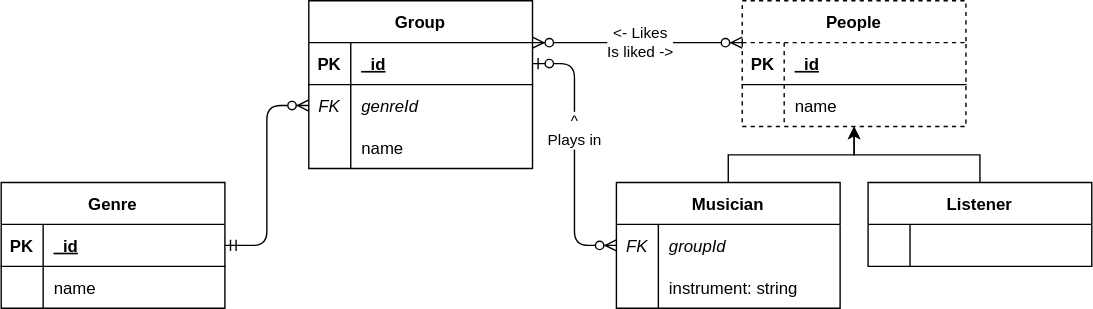
Above: docs/schema.drawio.svg in heap-code/nna (draw.io), before the change. Source tidied: cells renumbered, new cells last; positions are measured from the earlier drawing's top-left corner, leaving out a move shared by most shapes. The source it was exported from:
```xml
<mxGraphModel>
  <root>
    <mxCell id="0" />
    <mxCell id="1" parent="0" />
    <mxCell id="2" value="Group" style="shape=table;startSize=30;rowLines=0;fontStyle=1;align=center;" parent="1" vertex="1">
      <mxGeometry x="220" width="160" height="120" as="geometry" />
    </mxCell>
    <mxCell id="3" style="shape=tableRow;horizontal=0;startSize=0;swimlaneHead=0;swimlaneBody=0;fillColor=none;points=[[0,0.5],[1,0.5]];portConstraint=eastwest;top=0;left=0;right=0;bottom=1;" parent="2" vertex="1">
      <mxGeometry y="30" width="160" height="30" as="geometry" />
    </mxCell>
    <mxCell id="4" value="PK" style="shape=partialRectangle;fillColor=none;top=0;left=0;bottom=0;right=0;fontStyle=1;overflow=hidden;" parent="3" vertex="1">
      <mxGeometry width="30" height="30" as="geometry" />
    </mxCell>
    <mxCell id="5" value="_id" style="shape=partialRectangle;fillColor=none;top=0;left=0;bottom=0;right=0;align=left;spacingLeft=6;fontStyle=5;overflow=hidden;" parent="3" vertex="1">
      <mxGeometry x="30" width="130" height="30" as="geometry" />
    </mxCell>
    <mxCell id="6" style="shape=tableRow;horizontal=0;startSize=0;swimlaneHead=0;swimlaneBody=0;fillColor=none;points=[[0,0.5],[1,0.5]];portConstraint=eastwest;top=0;left=0;right=0;bottom=0;" parent="2" vertex="1">
      <mxGeometry y="60" width="160" height="30" as="geometry" />
    </mxCell>
    <mxCell id="7" value="FK" style="shape=partialRectangle;fillColor=none;top=0;left=0;bottom=0;right=0;overflow=hidden;fontStyle=2;" parent="6" vertex="1">
      <mxGeometry width="30" height="30" as="geometry" />
    </mxCell>
    <mxCell id="8" value="genreId" style="shape=partialRectangle;fillColor=none;top=0;left=0;bottom=0;right=0;align=left;spacingLeft=6;overflow=hidden;fontStyle=2;" parent="6" vertex="1">
      <mxGeometry x="30" width="130" height="30" as="geometry" />
    </mxCell>
    <mxCell id="9" style="shape=tableRow;horizontal=0;startSize=0;swimlaneHead=0;swimlaneBody=0;fillColor=none;top=0;left=0;right=0;bottom=0;" parent="2" vertex="1">
      <mxGeometry y="90" width="160" height="30" as="geometry" />
    </mxCell>
    <mxCell id="10" style="shape=partialRectangle;fillColor=none;top=0;left=0;bottom=0;right=0;overflow=hidden;" parent="9" vertex="1">
      <mxGeometry width="30" height="30" as="geometry" />
    </mxCell>
    <mxCell id="11" value="name" style="shape=partialRectangle;fillColor=none;top=0;left=0;bottom=0;right=0;align=left;spacingLeft=6;overflow=hidden;" parent="9" vertex="1">
      <mxGeometry x="30" width="130" height="30" as="geometry" />
    </mxCell>
    <mxCell id="12" value="People" style="shape=table;startSize=30;rowLines=0;fontStyle=1;align=center;dashed=1;" parent="1" vertex="1">
      <mxGeometry x="530" width="160" height="90" as="geometry" />
    </mxCell>
    <mxCell id="13" style="shape=tableRow;horizontal=0;startSize=0;swimlaneHead=0;swimlaneBody=0;fillColor=none;points=[[0,0.5],[1,0.5]];portConstraint=eastwest;top=0;left=0;right=0;bottom=1;" parent="12" vertex="1">
      <mxGeometry y="30" width="160" height="30" as="geometry" />
    </mxCell>
    <mxCell id="14" value="PK" style="shape=partialRectangle;fillColor=none;top=0;left=0;bottom=0;right=0;fontStyle=1;overflow=hidden;" parent="13" vertex="1">
      <mxGeometry width="30" height="30" as="geometry" />
    </mxCell>
    <mxCell id="15" value="_id" style="shape=partialRectangle;fillColor=none;top=0;left=0;bottom=0;right=0;align=left;spacingLeft=6;fontStyle=5;overflow=hidden;" parent="13" vertex="1">
      <mxGeometry x="30" width="130" height="30" as="geometry" />
    </mxCell>
    <mxCell id="16" style="shape=tableRow;horizontal=0;startSize=0;swimlaneHead=0;swimlaneBody=0;fillColor=none;top=0;left=0;right=0;bottom=0;" parent="12" vertex="1">
      <mxGeometry y="60" width="160" height="30" as="geometry" />
    </mxCell>
    <mxCell id="17" style="shape=partialRectangle;fillColor=none;top=0;left=0;bottom=0;right=0;overflow=hidden;" parent="16" vertex="1">
      <mxGeometry width="30" height="30" as="geometry" />
    </mxCell>
    <mxCell id="18" value="name" style="shape=partialRectangle;fillColor=none;top=0;left=0;bottom=0;right=0;align=left;spacingLeft=6;overflow=hidden;" parent="16" vertex="1">
      <mxGeometry x="30" width="130" height="30" as="geometry" />
    </mxCell>
    <mxCell id="19" value="Genre" style="shape=table;startSize=30;rowLines=0;fontStyle=1;align=center;" parent="1" vertex="1">
      <mxGeometry y="130" width="160" height="90" as="geometry" />
    </mxCell>
    <mxCell id="20" style="shape=tableRow;horizontal=0;startSize=0;swimlaneHead=0;swimlaneBody=0;fillColor=none;points=[[0,0.5],[1,0.5]];portConstraint=eastwest;top=0;left=0;right=0;bottom=1;" parent="19" vertex="1">
      <mxGeometry y="30" width="160" height="30" as="geometry" />
    </mxCell>
    <mxCell id="21" value="PK" style="shape=partialRectangle;fillColor=none;top=0;left=0;bottom=0;right=0;fontStyle=1;overflow=hidden;" parent="20" vertex="1">
      <mxGeometry width="30" height="30" as="geometry" />
    </mxCell>
    <mxCell id="22" value="_id" style="shape=partialRectangle;fillColor=none;top=0;left=0;bottom=0;right=0;align=left;spacingLeft=6;fontStyle=5;overflow=hidden;" parent="20" vertex="1">
      <mxGeometry x="30" width="130" height="30" as="geometry" />
    </mxCell>
    <mxCell id="23" style="shape=tableRow;horizontal=0;startSize=0;swimlaneHead=0;swimlaneBody=0;fillColor=none;top=0;left=0;right=0;bottom=0;" parent="19" vertex="1">
      <mxGeometry y="60" width="160" height="30" as="geometry" />
    </mxCell>
    <mxCell id="24" style="shape=partialRectangle;fillColor=none;top=0;left=0;bottom=0;right=0;overflow=hidden;" parent="23" vertex="1">
      <mxGeometry width="30" height="30" as="geometry" />
    </mxCell>
    <mxCell id="25" value="name" style="shape=partialRectangle;fillColor=none;top=0;left=0;bottom=0;right=0;align=left;spacingLeft=6;overflow=hidden;" parent="23" vertex="1">
      <mxGeometry x="30" width="130" height="30" as="geometry" />
    </mxCell>
    <mxCell id="26" style="edgeStyle=elbowEdgeStyle;html=1;elbow=vertical;rounded=0;" parent="1" edge="1" source="27" target="12">
      <mxGeometry relative="1" as="geometry" />
    </mxCell>
    <mxCell id="27" value="Listener" style="shape=table;startSize=30;rowLines=0;fontStyle=1;align=center;" parent="1" vertex="1">
      <mxGeometry x="620" y="130" width="160" height="60" as="geometry" />
    </mxCell>
    <mxCell id="28" style="shape=tableRow;horizontal=0;startSize=0;swimlaneHead=0;swimlaneBody=0;fillColor=none;top=0;left=0;right=0;bottom=0;" parent="27" vertex="1">
      <mxGeometry y="30" width="160" height="30" as="geometry" />
    </mxCell>
    <mxCell id="29" style="shape=partialRectangle;fillColor=none;top=0;left=0;bottom=0;right=0;overflow=hidden;" parent="28" vertex="1">
      <mxGeometry width="30" height="30" as="geometry" />
    </mxCell>
    <mxCell id="30" style="shape=partialRectangle;fillColor=none;top=0;left=0;bottom=0;right=0;align=left;spacingLeft=6;overflow=hidden;" parent="28" vertex="1">
      <mxGeometry x="30" width="130" height="30" as="geometry" />
    </mxCell>
    <mxCell id="31" style="edgeStyle=elbowEdgeStyle;elbow=vertical;html=1;rounded=0;" parent="1" edge="1" source="34" target="12">
      <mxGeometry relative="1" as="geometry" />
    </mxCell>
    <mxCell id="32" style="edgeStyle=entityRelationEdgeStyle;fontSize=12;html=1;endArrow=ERzeroToMany;startArrow=ERzeroToOne;rounded=1;exitX=1;exitY=0.5;exitDx=0;exitDy=0;" parent="1" edge="1" source="3" target="35">
      <mxGeometry relative="1" as="geometry" />
    </mxCell>
    <mxCell id="33" value="^&lt;br&gt;Plays in" style="edgeLabel;html=1;align=center;verticalAlign=middle;" parent="32" vertex="1">
      <mxGeometry x="-0.18" relative="1" as="geometry" />
    </mxCell>
    <mxCell id="34" value="Musician" style="shape=table;startSize=30;rowLines=0;fontStyle=1;align=center;" parent="1" vertex="1">
      <mxGeometry x="440" y="130" width="160" height="90" as="geometry" />
    </mxCell>
    <mxCell id="35" style="shape=tableRow;horizontal=0;startSize=0;swimlaneHead=0;swimlaneBody=0;fillColor=none;points=[[0,0.5],[1,0.5]];portConstraint=eastwest;top=0;left=0;right=0;bottom=0;dashed=1;comic=0;fontStyle=6;" parent="34" vertex="1">
      <mxGeometry y="30" width="160" height="30" as="geometry" />
    </mxCell>
    <mxCell id="36" value="FK" style="shape=partialRectangle;fillColor=none;top=0;left=0;bottom=0;right=0;overflow=hidden;dashed=1;comic=0;fontStyle=2;" parent="35" vertex="1">
      <mxGeometry width="30" height="30" as="geometry" />
    </mxCell>
    <mxCell id="37" value="groupId" style="shape=partialRectangle;fillColor=none;top=0;left=0;bottom=0;right=0;align=left;spacingLeft=6;overflow=hidden;dashed=1;comic=0;fontStyle=2;" parent="35" vertex="1">
      <mxGeometry x="30" width="130" height="30" as="geometry" />
    </mxCell>
    <mxCell id="38" style="shape=tableRow;horizontal=0;startSize=0;swimlaneHead=0;swimlaneBody=0;fillColor=none;top=0;left=0;right=0;bottom=0;" parent="34" vertex="1">
      <mxGeometry y="60" width="160" height="30" as="geometry" />
    </mxCell>
    <mxCell id="39" style="shape=partialRectangle;fillColor=none;top=0;left=0;bottom=0;right=0;overflow=hidden;" parent="38" vertex="1">
      <mxGeometry width="30" height="30" as="geometry" />
    </mxCell>
    <mxCell id="40" value="instrument: string" style="shape=partialRectangle;fillColor=none;top=0;left=0;bottom=0;right=0;align=left;spacingLeft=6;overflow=hidden;" parent="38" vertex="1">
      <mxGeometry x="30" width="130" height="30" as="geometry" />
    </mxCell>
    <mxCell id="41" style="edgeStyle=entityRelationEdgeStyle;fontSize=12;html=1;endArrow=ERzeroToMany;startArrow=ERmandOne;rounded=1;" parent="1" edge="1" source="20" target="6">
      <mxGeometry relative="1" as="geometry" />
    </mxCell>
    <mxCell id="42" style="edgeStyle=entityRelationEdgeStyle;fontSize=12;html=1;endArrow=ERzeroToMany;endFill=1;startArrow=ERzeroToMany;rounded=1;exitX=1;exitY=0.25;exitDx=0;exitDy=0;entryX=0;entryY=0;entryDx=0;entryDy=0;entryPerimeter=0;" parent="1" edge="1" source="2" target="13">
      <mxGeometry relative="1" as="geometry" />
    </mxCell>
    <mxCell id="43" value="&amp;lt;- Likes&lt;br&gt;Is liked -&amp;gt;" style="edgeLabel;html=1;align=center;verticalAlign=middle;" parent="42" vertex="1">
      <mxGeometry x="0.03" relative="1" as="geometry" />
    </mxCell>
  </root>
</mxGraphModel>
```
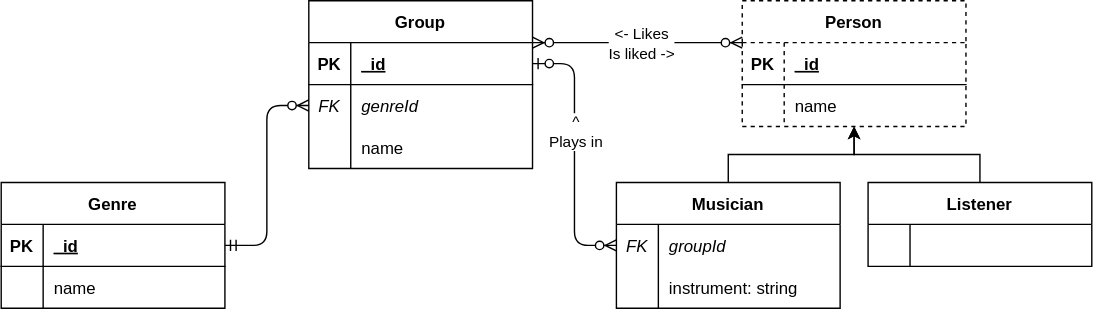
Later version of the same file.

What changed in the source:
```diff
@@ -32,7 +32,7 @@
     <mxCell id="11" value="name" style="shape=partialRectangle;fillColor=none;top=0;left=0;bottom=0;right=0;align=left;spacingLeft=6;overflow=hidden;" parent="9" vertex="1">
       <mxGeometry x="30" width="130" height="30" as="geometry" />
     </mxCell>
-    <mxCell id="12" value="People" style="shape=table;startSize=30;rowLines=0;fontStyle=1;align=center;dashed=1;" parent="1" vertex="1">
+    <mxCell id="12" value="Person" style="shape=table;startSize=30;rowLines=0;fontStyle=1;align=center;dashed=1;" parent="1" vertex="1">
       <mxGeometry x="530" width="160" height="90" as="geometry" />
     </mxCell>
     <mxCell id="13" style="shape=tableRow;horizontal=0;startSize=0;swimlaneHead=0;swimlaneBody=0;fillColor=none;points=[[0,0.5],[1,0.5]];portConstraint=eastwest;top=0;left=0;right=0;bottom=1;" parent="12" vertex="1">
```
